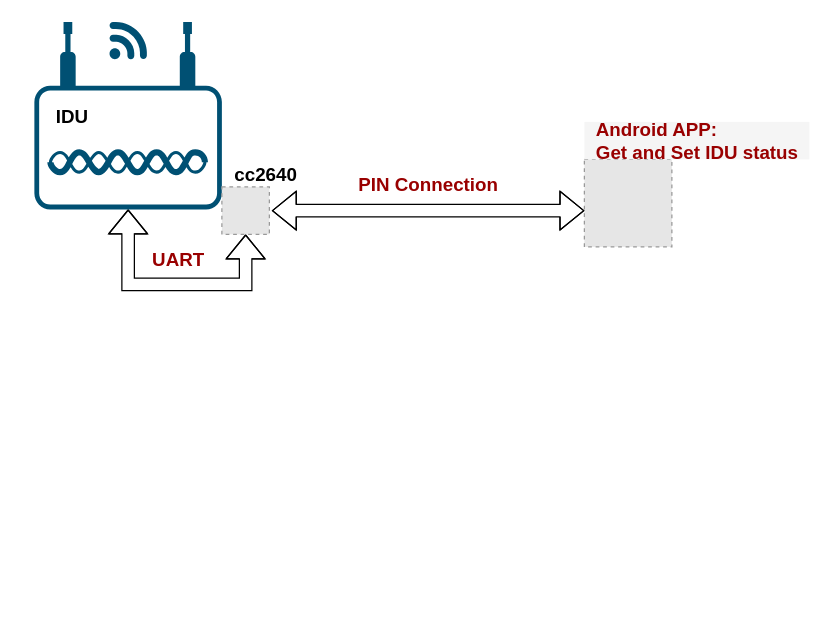
This is OCPE BT.drawio from jiajiuan/linux_apps, a draw.io file, before an edit. Source tidied: cells renumbered, new cells numbered last; positions are measured from the earlier drawing's top-left corner, leaving out a move shared by most shapes. Both pictures are drawn from the tidied source at 125%, with x=0, y=0 at pixel (34, 21). Pictures stored in the file or linked from it are replaced by grey dashed boxes.
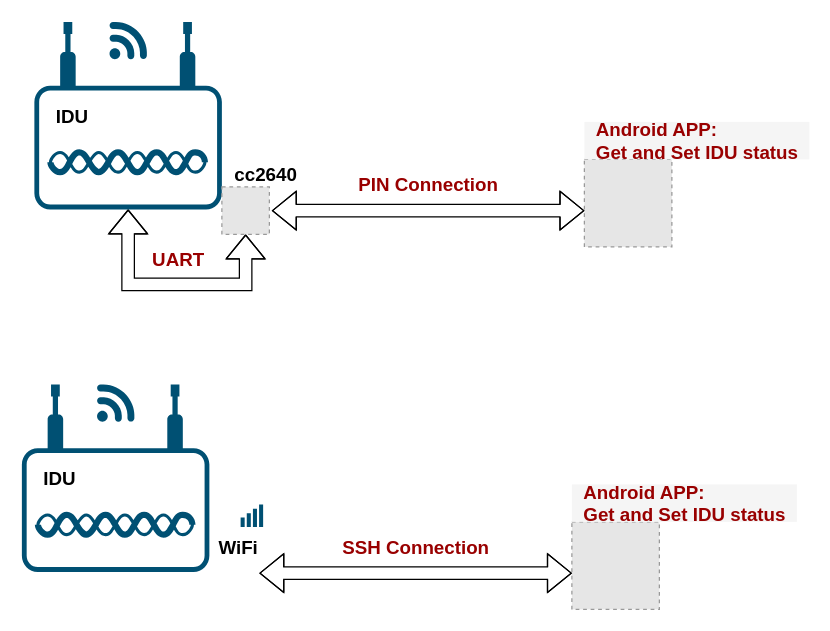
The same diagram, later.

What changed in the source:
```diff
@@
+    <mxCell id="13" style="verticalLabelPosition=bottom;html=1;verticalAlign=top;align=center;shape=mxgraph.cisco19.wireless_access_point;fillColor=#005073;strokeColor=none;" parent="1" vertex="1">
+      <mxGeometry x="-10" y="290" width="150" height="150" as="geometry" />
+    </mxCell>
+    <mxCell id="14" style="verticalLabelPosition=bottom;html=1;verticalAlign=top;align=center;shape=mxgraph.cisco19.3g_4g_indicator;fillColor=#005073;strokeColor=none;" parent="1" vertex="1">
+      <mxGeometry x="50" y="290" width="30" height="30" as="geometry" />
+    </mxCell>
+    <mxCell id="15" value="&lt;b&gt;&lt;font style=&quot;font-size: 15px&quot;&gt;WiFi&lt;/font&gt;&lt;/b&gt;" style="text;html=1;align=center;verticalAlign=middle;fillColor=none;strokeColor=none;rounded=0;" parent="1" vertex="1">
+      <mxGeometry x="138" y="410" width="50" height="20" as="geometry" />
+    </mxCell>
+    <mxCell id="16" style="fillColor=#E6E6E6;strokeColor=#999999;dashed=1;html=1;verticalAlign=top;verticalLabelPosition=bottom;labelBackgroundColor=#ffffff;" parent="1" vertex="1">
+      <mxGeometry x="430" y="400" width="70" height="70" as="geometry" />
+    </mxCell>
+    <mxCell id="17" style="edgeStyle=orthogonalEdgeStyle;shape=flexArrow;rounded=0;orthogonalLoop=1;jettySize=auto;html=1;startArrow=block;" parent="1" edge="1">
+      <mxGeometry relative="1" as="geometry">
+        <mxPoint x="180" y="441" as="sourcePoint" />
+        <mxPoint x="430" y="441" as="targetPoint" />
+        <Array as="points">
+          <mxPoint x="330" y="441" />
+          <mxPoint x="330" y="441" />
+        </Array>
+      </mxGeometry>
+    </mxCell>
+    <mxCell id="18" value="&lt;b&gt;&lt;font style=&quot;font-size: 15px&quot; color=&quot;#990000&quot;&gt;SSH Connection&lt;/font&gt;&lt;/b&gt;" style="text;html=1;align=center;verticalAlign=middle;fillColor=none;strokeColor=none;rounded=0;" parent="1" vertex="1">
+      <mxGeometry x="240" y="410" width="130" height="20" as="geometry" />
+    </mxCell>
+    <mxCell id="19" value="&lt;span style=&quot;font-size: 15px&quot;&gt;&lt;b&gt;IDU&lt;/b&gt;&lt;/span&gt;" style="text;html=1;align=center;verticalAlign=middle;fillColor=none;strokeColor=none;rounded=0;" parent="1" vertex="1">
+      <mxGeometry y="355" width="40" height="20" as="geometry" />
+    </mxCell>
+    <mxCell id="20" value="&lt;div style=&quot;text-align: left ; font-size: 15px&quot;&gt;&lt;span style=&quot;color: rgb(153 , 0 , 0)&quot;&gt;&lt;font style=&quot;font-size: 15px&quot;&gt;&lt;b&gt;Android APP:&lt;/b&gt;&lt;/font&gt;&lt;/span&gt;&lt;/div&gt;&lt;font color=&quot;#990000&quot; style=&quot;font-size: 15px&quot;&gt;&lt;div style=&quot;text-align: left&quot;&gt;&lt;span&gt;&lt;b&gt;Get and Set IDU status&lt;/b&gt;&lt;/span&gt;&lt;/div&gt;&lt;/font&gt;" style="text;html=1;align=center;verticalAlign=middle;fillColor=#f5f5f5;rounded=0;fontColor=#333333;" parent="1" vertex="1">
+      <mxGeometry x="430" y="370" width="180" height="30" as="geometry" />
+    </mxCell>
+    <mxCell id="21" style="verticalLabelPosition=bottom;html=1;verticalAlign=top;align=center;shape=mxgraph.cisco19.wifi_indicator;fillColor=#005073;strokeColor=none;" parent="1" vertex="1">
+      <mxGeometry x="165" y="386" width="18" height="18" as="geometry" />
+    </mxCell>
```
